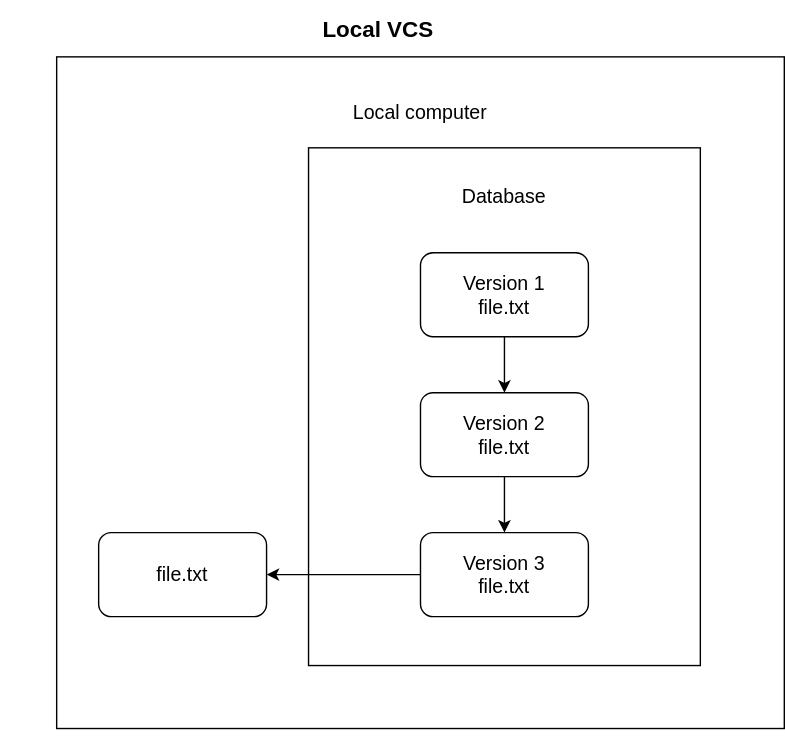
Before: diagrams/local-vcs.svg, a diagram exported from draw.io (thomas-rasmussen/git-tutorial). Source tidied: cells renumbered, new cells last; positions are measured from the earlier drawing's top-left corner, leaving out a move shared by most shapes. Source of this version:
```xml
<mxGraphModel>
  <root>
    <mxCell id="0" />
    <mxCell id="1" parent="0" />
    <mxCell id="2" style="rounded=0;whiteSpace=wrap;html=1;perimeterSpacing=1;glass=0;shadow=0;" parent="1" vertex="1">
      <mxGeometry x="40" y="40" width="520" height="480" as="geometry" />
    </mxCell>
    <mxCell id="3" value="Local computer" style="rounded=0;whiteSpace=wrap;html=1;fontSize=14;strokeColor=none;" parent="1" vertex="1">
      <mxGeometry x="115" y="70" width="370" height="20" as="geometry" />
    </mxCell>
    <mxCell id="4" style="rounded=0;whiteSpace=wrap;html=1;" parent="1" vertex="1">
      <mxGeometry x="290" y="260" width="120" height="60" as="geometry" />
    </mxCell>
    <mxCell id="5" style="rounded=0;whiteSpace=wrap;html=1;" parent="1" vertex="1">
      <mxGeometry x="300" y="295" width="120" height="60" as="geometry" />
    </mxCell>
    <mxCell id="6" value="file.txt" style="rounded=1;whiteSpace=wrap;html=1;fontSize=14;" parent="1" vertex="1">
      <mxGeometry x="70" y="380" width="120" height="60" as="geometry" />
    </mxCell>
    <mxCell id="7" style="rounded=0;whiteSpace=wrap;html=1;perimeterSpacing=0;" parent="1" vertex="1">
      <mxGeometry x="220" y="105" width="280" height="370" as="geometry" />
    </mxCell>
    <mxCell id="8" value="Database" style="rounded=0;whiteSpace=wrap;html=1;fontSize=14;strokeColor=none;" parent="1" vertex="1">
      <mxGeometry x="300" y="130" width="120" height="20" as="geometry" />
    </mxCell>
    <mxCell id="9" style="edgeStyle=orthogonalEdgeStyle;rounded=0;jettySize=auto;html=1;" parent="1" edge="1" source="10" target="14">
      <mxGeometry relative="1" as="geometry" />
    </mxCell>
    <mxCell id="10" value="Version 2&lt;div&gt;file.txt&lt;/div&gt;" style="rounded=1;whiteSpace=wrap;html=1;fontSize=14;verticalAlign=middle;" parent="1" vertex="1">
      <mxGeometry x="300" y="280" width="120" height="60" as="geometry" />
    </mxCell>
    <mxCell id="11" style="edgeStyle=orthogonalEdgeStyle;rounded=0;jettySize=auto;html=1;" parent="1" edge="1" source="12" target="10">
      <mxGeometry relative="1" as="geometry" />
    </mxCell>
    <mxCell id="12" value="&lt;font&gt;Version 1&lt;/font&gt;&lt;div&gt;&lt;font&gt;file.txt&lt;/font&gt;&lt;/div&gt;" style="rounded=1;whiteSpace=wrap;html=1;fontSize=14;" parent="1" vertex="1">
      <mxGeometry x="300" y="180" width="120" height="60" as="geometry" />
    </mxCell>
    <mxCell id="13" style="edgeStyle=orthogonalEdgeStyle;rounded=0;jettySize=auto;html=1;" parent="1" edge="1" source="14" target="6">
      <mxGeometry relative="1" as="geometry" />
    </mxCell>
    <mxCell id="14" value="Version 3&lt;div&gt;file.txt&lt;/div&gt;" style="rounded=1;whiteSpace=wrap;html=1;fontSize=14;" parent="1" vertex="1">
      <mxGeometry x="300" y="380" width="120" height="60" as="geometry" />
    </mxCell>
    <mxCell id="15" style="edgeStyle=orthogonalEdgeStyle;rounded=0;orthogonalLoop=1;jettySize=auto;html=1;exitX=0.5;exitY=1;exitDx=0;exitDy=0;" parent="1" edge="1" source="2" target="2">
      <mxGeometry relative="1" as="geometry" />
    </mxCell>
    <mxCell id="16" value="Local VCS" style="rounded=0;whiteSpace=wrap;html=1;fontSize=16;fontStyle=1;fillColor=none;strokeColor=none;" parent="1" vertex="1">
      <mxGeometry width="540" height="40" as="geometry" />
    </mxCell>
  </root>
</mxGraphModel>
```
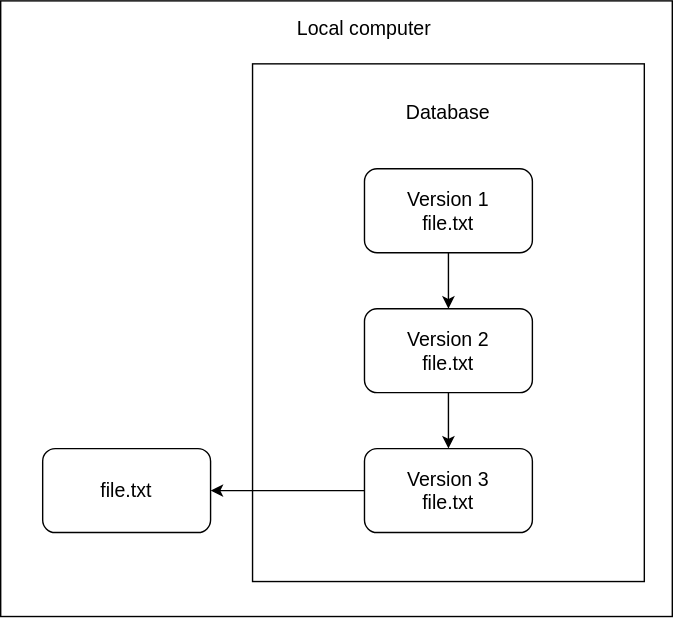
The same diagram one commit later.

The edit, as a diff of the source:
```diff
@@ -3,7 +3,7 @@
     <mxCell id="0" />
     <mxCell id="1" parent="0" />
     <mxCell id="2" style="rounded=0;whiteSpace=wrap;html=1;perimeterSpacing=1;glass=0;shadow=0;" parent="1" vertex="1">
-      <mxGeometry x="40" y="40" width="520" height="480" as="geometry" />
+      <mxGeometry x="40" y="60" width="480" height="440" as="geometry" />
     </mxCell>
     <mxCell id="3" value="Local computer" style="rounded=0;whiteSpace=wrap;html=1;fontSize=14;strokeColor=none;" parent="1" vertex="1">
       <mxGeometry x="115" y="70" width="370" height="20" as="geometry" />
@@ -44,8 +44,5 @@
     <mxCell id="15" style="edgeStyle=orthogonalEdgeStyle;rounded=0;orthogonalLoop=1;jettySize=auto;html=1;exitX=0.5;exitY=1;exitDx=0;exitDy=0;" parent="1" edge="1" source="2" target="2">
       <mxGeometry relative="1" as="geometry" />
     </mxCell>
-    <mxCell id="16" value="Local VCS" style="rounded=0;whiteSpace=wrap;html=1;fontSize=16;fontStyle=1;fillColor=none;strokeColor=none;" parent="1" vertex="1">
-      <mxGeometry width="540" height="40" as="geometry" />
-    </mxCell>
   </root>
 </mxGraphModel>
```
